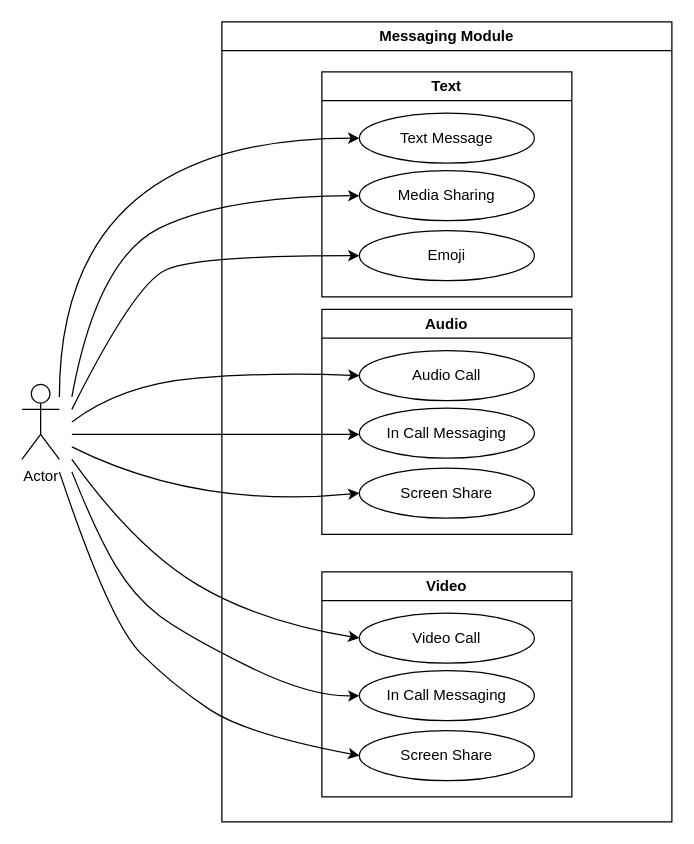
Before: Messaging Module.drawio in Harshul1484/BMP-, a draw.io diagram. Source tidied: cells renumbered, new cells numbered last; positions are measured from the earlier drawing's top-left corner, leaving out a move shared by most shapes. Both pictures are drawn from the tidied source at 125%, with x=0, y=0 at pixel (21, 21).
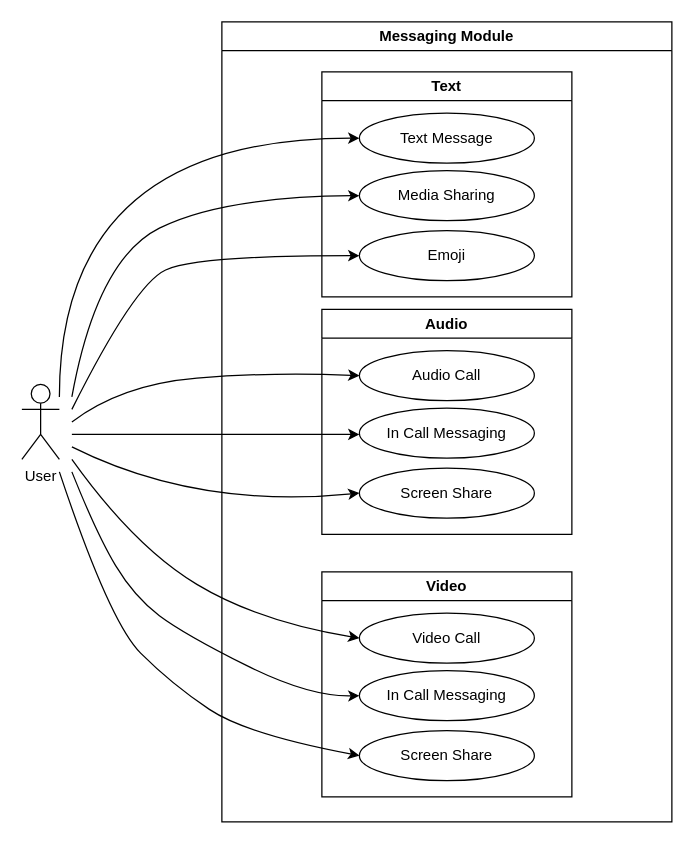
The same page after the edit.

Change to the diagram source:
```diff
@@
-    <mxCell id="24" value="Actor" style="shape=umlActor;verticalLabelPosition=bottom;verticalAlign=top;html=1;" parent="1" vertex="1">
+    <mxCell id="24" value="User" style="shape=umlActor;verticalLabelPosition=bottom;verticalAlign=top;html=1;" parent="1" vertex="1">
       <mxGeometry y="290" width="30" height="60" as="geometry" />
     </mxCell>
```
